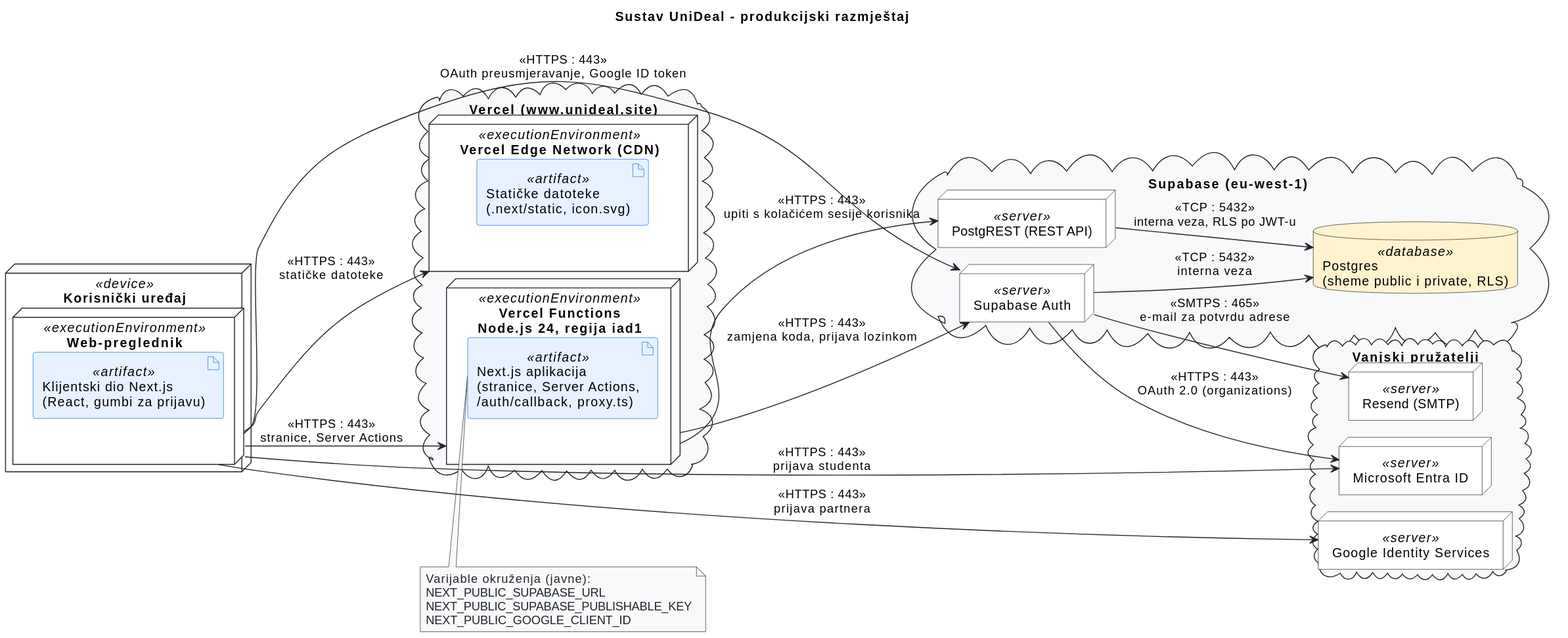
Before: docs/assets/diagrams/6-1-unideal-DD.svg, a diagram exported from PlantUML (matejban/UniDeal). Source of this version:
```plantuml
@startuml
!pragma layout smetana
left to right direction
title Sustav UniDeal - produkcijski razmještaj\n\n\n

skinparam shadowing false
skinparam defaultFontName Arial
skinparam ArrowColor #212529

skinparam node {
    BackgroundColor #FFFFFF
    BorderColor #212529
}

skinparam cloud {
    BackgroundColor #F8F9FA
    BorderColor #212529
}

skinparam artifact {
    BackgroundColor #E7F1FF
    BorderColor #0D6EFD
}

skinparam database {
    BackgroundColor #FFF3CD
    BorderColor #212529
}

skinparam note {
    BackgroundColor #F8F9FA
    BorderColor #212529
    FontColor #212529
}


node "Korisnički uređaj" as Device <<device>> {
  node "Web-preglednik" as Browser <<executionEnvironment>> {
    artifact "Klijentski dio Next.js\n(React, gumbi za prijavu)" as Client <<artifact>>
  }
}

cloud "Vercel (www.unideal.site)" as Vercel {
  node "Vercel Edge Network (CDN)" as Edge <<executionEnvironment>> {
    artifact "Statičke datoteke\n(.next/static, icon.svg)" as Static <<artifact>>
  }
  node "Vercel Functions\nNode.js 24, regija iad1" as Functions <<executionEnvironment>> {
    artifact "Next.js aplikacija\n(stranice, Server Actions,\n/auth/callback, proxy.ts)" as App <<artifact>>
  }
}

note bottom of App
  Varijable okruženja (javne):
  NEXT_PUBLIC_SUPABASE_URL
  NEXT_PUBLIC_SUPABASE_PUBLISHABLE_KEY
  NEXT_PUBLIC_GOOGLE_CLIENT_ID
end note

cloud "Supabase (eu-west-1)" as Supabase {
  node "Supabase Auth" as Auth <<server>>
  node "PostgREST (REST API)" as Rest <<server>>
  database "Postgres\n(sheme public i private, RLS)" as DB <<database>>
}

cloud "Vanjski pružatelji" as External {
  node "Microsoft Entra ID" as Entra <<server>>
  node "Google Identity Services" as Google <<server>>
  node "Resend (SMTP)" as Resend <<server>>
}


Browser --> Edge : <<HTTPS : 443>>\nstatičke datoteke
Browser --> Functions : <<HTTPS : 443>>\nstranice, Server Actions
Functions --> Rest : <<HTTPS : 443>>\nupiti s kolačićem sesije korisnika
Functions --> Auth : <<HTTPS : 443>>\nzamjena koda, prijava lozinkom
Browser --> Entra : <<HTTPS : 443>>\nprijava studenta
Browser --> Auth : <<HTTPS : 443>>\nOAuth preusmjeravanje, Google ID token
Browser --> Google : <<HTTPS : 443>>\nprijava partnera
Auth --> Entra : <<HTTPS : 443>>\nOAuth 2.0 (organizations)
Auth --> DB : <<TCP : 5432>>\ninterna veza
Rest --> DB : <<TCP : 5432>>\ninterna veza, RLS po JWT-u
Auth --> Resend : <<SMTPS : 465>>\ne-mail za potvrdu adrese
@enduml
```
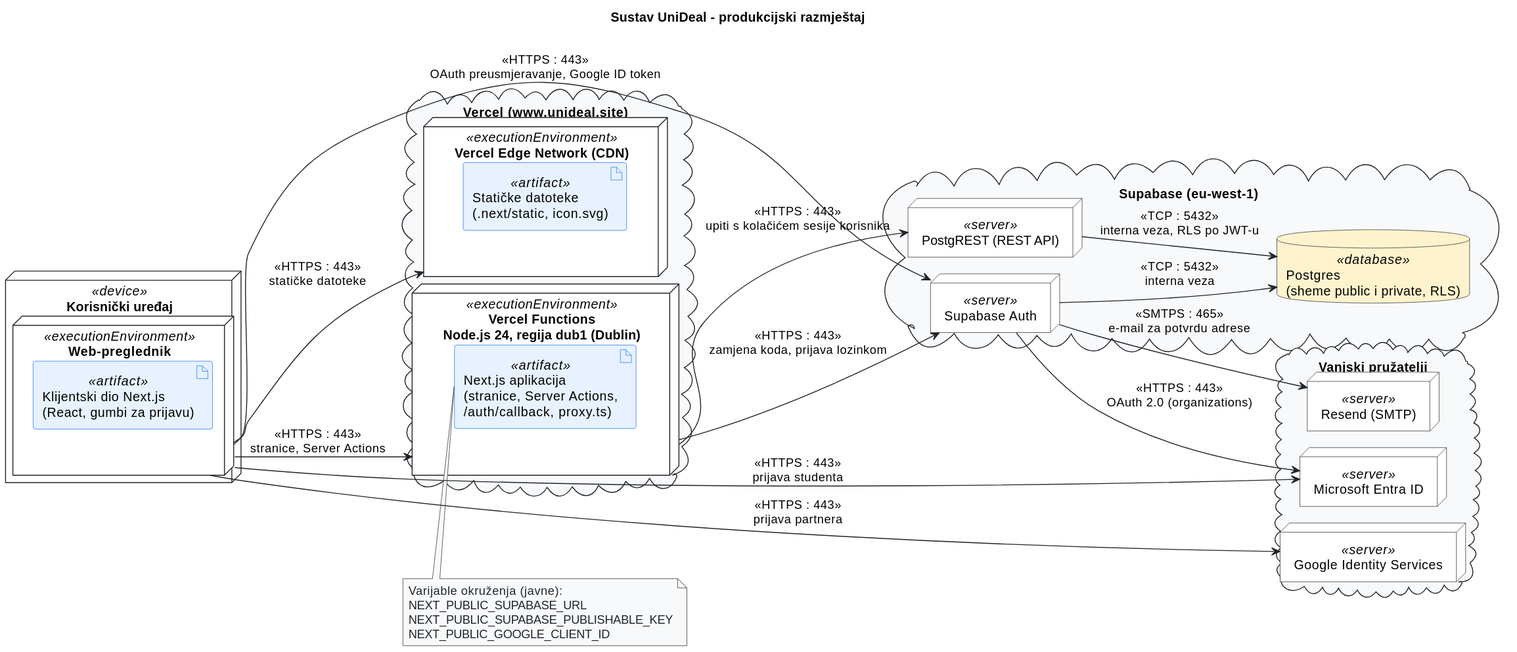
Later version of the same file.

Commit message:
Vercel Functions u regiji dub1 (Dublin), uz Supabase u Irskoj

Diff of the diagram source:
```diff
@@ -44,7 +44,7 @@
   node "Vercel Edge Network (CDN)" as Edge <<executionEnvironment>> {
     artifact "Statičke datoteke\n(.next/static, icon.svg)" as Static <<artifact>>
   }
-  node "Vercel Functions\nNode.js 24, regija iad1" as Functions <<executionEnvironment>> {
+  node "Vercel Functions\nNode.js 24, regija dub1 (Dublin)" as Functions <<executionEnvironment>> {
     artifact "Next.js aplikacija\n(stranice, Server Actions,\n/auth/callback, proxy.ts)" as App <<artifact>>
   }
 }
```
